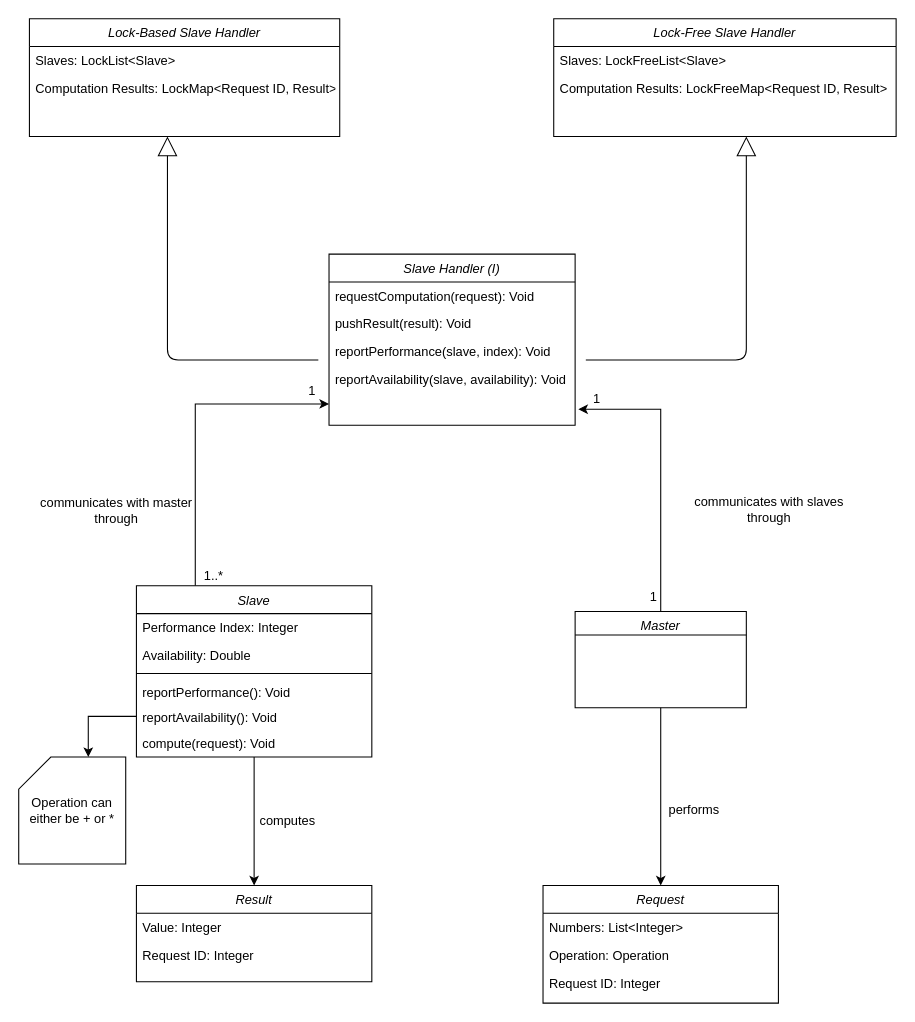
Earlier version of the draw.io diagram diagrams/src/domain.drawio (freitzzz/SOCOF19-20-G5). Source tidied: cells renumbered, new cells numbered last; positions are measured from the earlier drawing's top-left corner, leaving out a move shared by most shapes. Both pictures are drawn from the tidied source at 107%, with x=0, y=0 at pixel (18, 18).
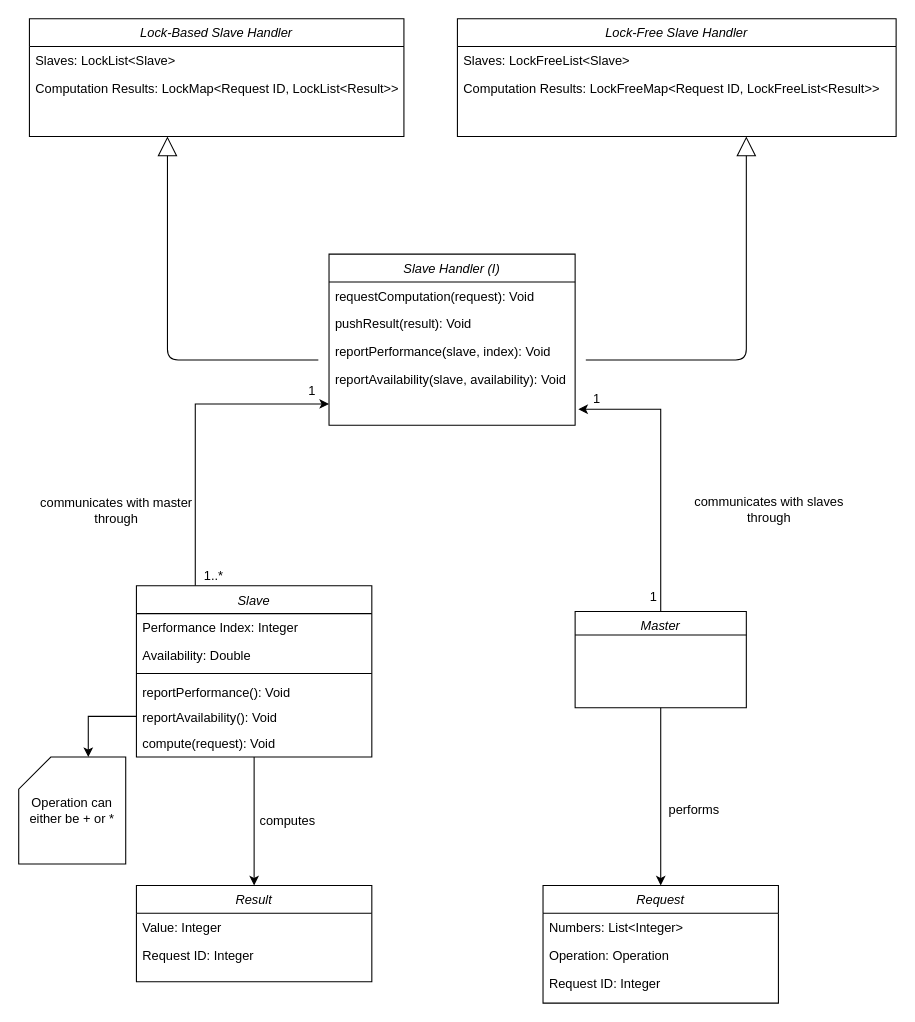
Above is the later version.

Commit message (it also covers changes not shown here):
Added missing List reference on computation results map of slave handlers

What changed in the source:
```diff
@@
     <mxCell id="38" value="Lock-Based Slave Handler" style="swimlane;fontStyle=2;align=center;verticalAlign=top;horizontal=1;startSize=26;rounded=0;shadow=0;strokeWidth=1;" parent="1" vertex="1">
-      <mxGeometry x="10" width="290" height="110" as="geometry" />
+      <mxGeometry x="10" width="350" height="110" as="geometry" />
     </mxCell>
     <mxCell id="39" value="Slaves: LockList&lt;Slave&gt;" style="text;align=left;verticalAlign=top;spacingLeft=4;spacingRight=4;overflow=hidden;" parent="38" vertex="1">
-      <mxGeometry y="26" width="290" height="26" as="geometry" />
+      <mxGeometry y="26" width="350" height="26" as="geometry" />
     </mxCell>
-    <mxCell id="40" value="Computation Results: LockMap&lt;Request ID, Result&gt;" style="text;align=left;verticalAlign=top;spacingLeft=4;spacingRight=4;overflow=hidden;rounded=0;shadow=0;html=0;" parent="38" vertex="1">
-      <mxGeometry y="52" width="290" height="26" as="geometry" />
+    <mxCell id="40" value="Computation Results: LockMap&lt;Request ID, LockList&lt;Result&gt;&gt;" style="text;align=left;verticalAlign=top;spacingLeft=4;spacingRight=4;overflow=hidden;rounded=0;shadow=0;html=0;" parent="38" vertex="1">
+      <mxGeometry y="52" width="350" height="26" as="geometry" />
     </mxCell>
     <mxCell id="41" value="Lock-Free Slave Handler" style="swimlane;fontStyle=2;align=center;verticalAlign=top;horizontal=1;startSize=26;rounded=0;shadow=0;strokeWidth=1;" parent="1" vertex="1">
-      <mxGeometry x="500" width="320" height="110" as="geometry" />
+      <mxGeometry x="410" width="410" height="110" as="geometry" />
     </mxCell>
     <mxCell id="42" value="Slaves: LockFreeList&lt;Slave&gt;" style="text;align=left;verticalAlign=top;spacingLeft=4;spacingRight=4;overflow=hidden;" parent="41" vertex="1">
-      <mxGeometry y="26" width="320" height="26" as="geometry" />
+      <mxGeometry y="26" width="410" height="26" as="geometry" />
     </mxCell>
-    <mxCell id="43" value="Computation Results: LockFreeMap&lt;Request ID, Result&gt;" style="text;align=left;verticalAlign=top;spacingLeft=4;spacingRight=4;overflow=hidden;rounded=0;shadow=0;html=0;" parent="41" vertex="1">
-      <mxGeometry y="52" width="320" height="26" as="geometry" />
+    <mxCell id="43" value="Computation Results: LockFreeMap&lt;Request ID, LockFreeList&lt;Result&gt;&gt;" style="text;align=left;verticalAlign=top;spacingLeft=4;spacingRight=4;overflow=hidden;rounded=0;shadow=0;html=0;" parent="41" vertex="1">
+      <mxGeometry y="52" width="410" height="26" as="geometry" />
     </mxCell>
```
